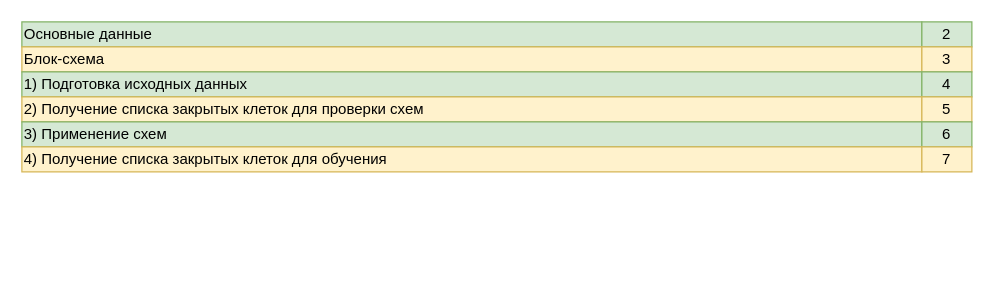
This is page "Оглавление" (1 of 11) of docs/Сапёр. Описание работы.drawio from xex238/Diploma_2022, a draw.io file, before an edit. Source tidied: cells renumbered, new cells numbered last; positions are measured from the earlier drawing's top-left corner, leaving out a move shared by most shapes. Both pictures are drawn from the tidied source at 125%, with x=0, y=0 at pixel (21, 21).
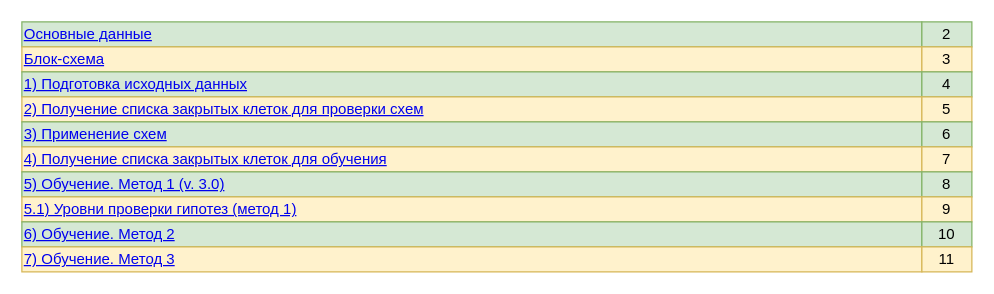
After the change.

The edit, as a diff of the source:
```diff
@@
-    <mxCell id="2" value="Основные данные" style="text;html=1;strokeColor=#82b366;fillColor=#d5e8d4;align=left;verticalAlign=middle;whiteSpace=wrap;rounded=0;" parent="1" vertex="1">
+    <mxCell id="2" value="&lt;a href=&quot;data:page/id,gWnk2op9RKkyJsoFyHYH&quot;&gt;Основные данные&lt;/a&gt;" style="text;html=1;strokeColor=#82b366;fillColor=#d5e8d4;align=left;verticalAlign=middle;whiteSpace=wrap;rounded=0;" parent="1" vertex="1">
       <mxGeometry width="720" height="20" as="geometry" />
     </mxCell>
@@
-    <mxCell id="4" value="Блок-схема" style="text;html=1;strokeColor=#d6b656;fillColor=#fff2cc;align=left;verticalAlign=middle;whiteSpace=wrap;rounded=0;" parent="1" vertex="1">
+    <mxCell id="4" value="&lt;a href=&quot;data:page/id,e_k9OqcJGmKPBgdhZgQ9&quot;&gt;Блок-схема&lt;/a&gt;" style="text;html=1;strokeColor=#d6b656;fillColor=#fff2cc;align=left;verticalAlign=middle;whiteSpace=wrap;rounded=0;" parent="1" vertex="1">
       <mxGeometry y="20" width="720" height="20" as="geometry" />
     </mxCell>
@@
-    <mxCell id="6" value="1) Подготовка исходных данных" style="text;html=1;strokeColor=#82b366;fillColor=#d5e8d4;align=left;verticalAlign=middle;whiteSpace=wrap;rounded=0;" parent="1" vertex="1">
+    <mxCell id="6" value="&lt;a href=&quot;data:page/id,Z-i4SeRwyvYLbk9Vbtfu&quot;&gt;1) Подготовка исходных данных&lt;/a&gt;" style="text;html=1;strokeColor=#82b366;fillColor=#d5e8d4;align=left;verticalAlign=middle;whiteSpace=wrap;rounded=0;" parent="1" vertex="1">
       <mxGeometry y="40" width="720" height="20" as="geometry" />
     </mxCell>
@@
-    <mxCell id="8" value="2) Получение списка закрытых клеток для проверки схем" style="text;html=1;strokeColor=#d6b656;fillColor=#fff2cc;align=left;verticalAlign=middle;whiteSpace=wrap;rounded=0;" parent="1" vertex="1">
+    <mxCell id="8" value="&lt;a href=&quot;data:page/id,QgJ4g2A5YQODPxN0LvJf&quot;&gt;2) Получение списка закрытых клеток для проверки схем&lt;/a&gt;" style="text;html=1;strokeColor=#d6b656;fillColor=#fff2cc;align=left;verticalAlign=middle;whiteSpace=wrap;rounded=0;" parent="1" vertex="1">
       <mxGeometry y="60" width="720" height="20" as="geometry" />
     </mxCell>
@@
-    <mxCell id="10" value="3) Применение схем" style="text;html=1;strokeColor=#82b366;fillColor=#d5e8d4;align=left;verticalAlign=middle;whiteSpace=wrap;rounded=0;" parent="1" vertex="1">
+    <mxCell id="10" value="&lt;a href=&quot;data:page/id,OzsJX8XJsg-aUjEC96If&quot;&gt;3) Применение схем&lt;/a&gt;" style="text;html=1;strokeColor=#82b366;fillColor=#d5e8d4;align=left;verticalAlign=middle;whiteSpace=wrap;rounded=0;" parent="1" vertex="1">
       <mxGeometry y="80" width="720" height="20" as="geometry" />
     </mxCell>
@@
-    <mxCell id="12" value="4) Получение списка закрытых клеток для обучения" style="text;html=1;strokeColor=#d6b656;fillColor=#fff2cc;align=left;verticalAlign=middle;whiteSpace=wrap;rounded=0;" parent="1" vertex="1">
+    <mxCell id="12" value="&lt;a href=&quot;data:page/id,GcP1m5iHQ6MSYPDjktNg&quot;&gt;4) Получение списка закрытых клеток для обучения&lt;/a&gt;" style="text;html=1;strokeColor=#d6b656;fillColor=#fff2cc;align=left;verticalAlign=middle;whiteSpace=wrap;rounded=0;" parent="1" vertex="1">
       <mxGeometry y="100" width="720" height="20" as="geometry" />
     </mxCell>
@@
+    <mxCell id="14" value="&lt;a href=&quot;data:page/id,lBLYAwubt_yJ_cDXia77&quot;&gt;5) Обучение. Метод 1 (v. 3.0)&lt;/a&gt;" style="text;html=1;strokeColor=#82b366;fillColor=#d5e8d4;align=left;verticalAlign=middle;whiteSpace=wrap;rounded=0;" parent="1" vertex="1">
+      <mxGeometry y="120" width="720" height="20" as="geometry" />
+    </mxCell>
+    <mxCell id="15" value="8" style="text;html=1;strokeColor=#82b366;fillColor=#d5e8d4;align=center;verticalAlign=middle;whiteSpace=wrap;rounded=0;" parent="1" vertex="1">
+      <mxGeometry x="720" y="120" width="40" height="20" as="geometry" />
+    </mxCell>
+    <mxCell id="16" value="&lt;a href=&quot;data:page/id,norzPNAenmjEFWFJyM0d&quot;&gt;5.1) Уровни проверки гипотез (метод 1)&lt;/a&gt;" style="text;html=1;strokeColor=#d6b656;fillColor=#fff2cc;align=left;verticalAlign=middle;whiteSpace=wrap;rounded=0;" parent="1" vertex="1">
+      <mxGeometry y="140" width="720" height="20" as="geometry" />
+    </mxCell>
+    <mxCell id="17" value="9" style="text;html=1;strokeColor=#d6b656;fillColor=#fff2cc;align=center;verticalAlign=middle;whiteSpace=wrap;rounded=0;" parent="1" vertex="1">
+      <mxGeometry x="720" y="140" width="40" height="20" as="geometry" />
+    </mxCell>
+    <mxCell id="18" value="&lt;a href=&quot;data:page/id,VxxJrJxzwF6EyF60WCGu&quot;&gt;6) Обучение. Метод 2&lt;/a&gt;" style="text;html=1;strokeColor=#82b366;fillColor=#d5e8d4;align=left;verticalAlign=middle;whiteSpace=wrap;rounded=0;" parent="1" vertex="1">
+      <mxGeometry y="160" width="720" height="20" as="geometry" />
+    </mxCell>
+    <mxCell id="19" value="10" style="text;html=1;strokeColor=#82b366;fillColor=#d5e8d4;align=center;verticalAlign=middle;whiteSpace=wrap;rounded=0;" parent="1" vertex="1">
+      <mxGeometry x="720" y="160" width="40" height="20" as="geometry" />
+    </mxCell>
+    <mxCell id="20" value="&lt;a href=&quot;data:page/id,YfBf28iRcF_CujNrgWZi&quot;&gt;7) Обучение. Метод 3&lt;/a&gt;" style="text;html=1;strokeColor=#d6b656;fillColor=#fff2cc;align=left;verticalAlign=middle;whiteSpace=wrap;rounded=0;" parent="1" vertex="1">
+      <mxGeometry y="180" width="720" height="20" as="geometry" />
+    </mxCell>
+    <mxCell id="21" value="11" style="text;html=1;strokeColor=#d6b656;fillColor=#fff2cc;align=center;verticalAlign=middle;whiteSpace=wrap;rounded=0;" parent="1" vertex="1">
+      <mxGeometry x="720" y="180" width="40" height="20" as="geometry" />
+    </mxCell>
```
